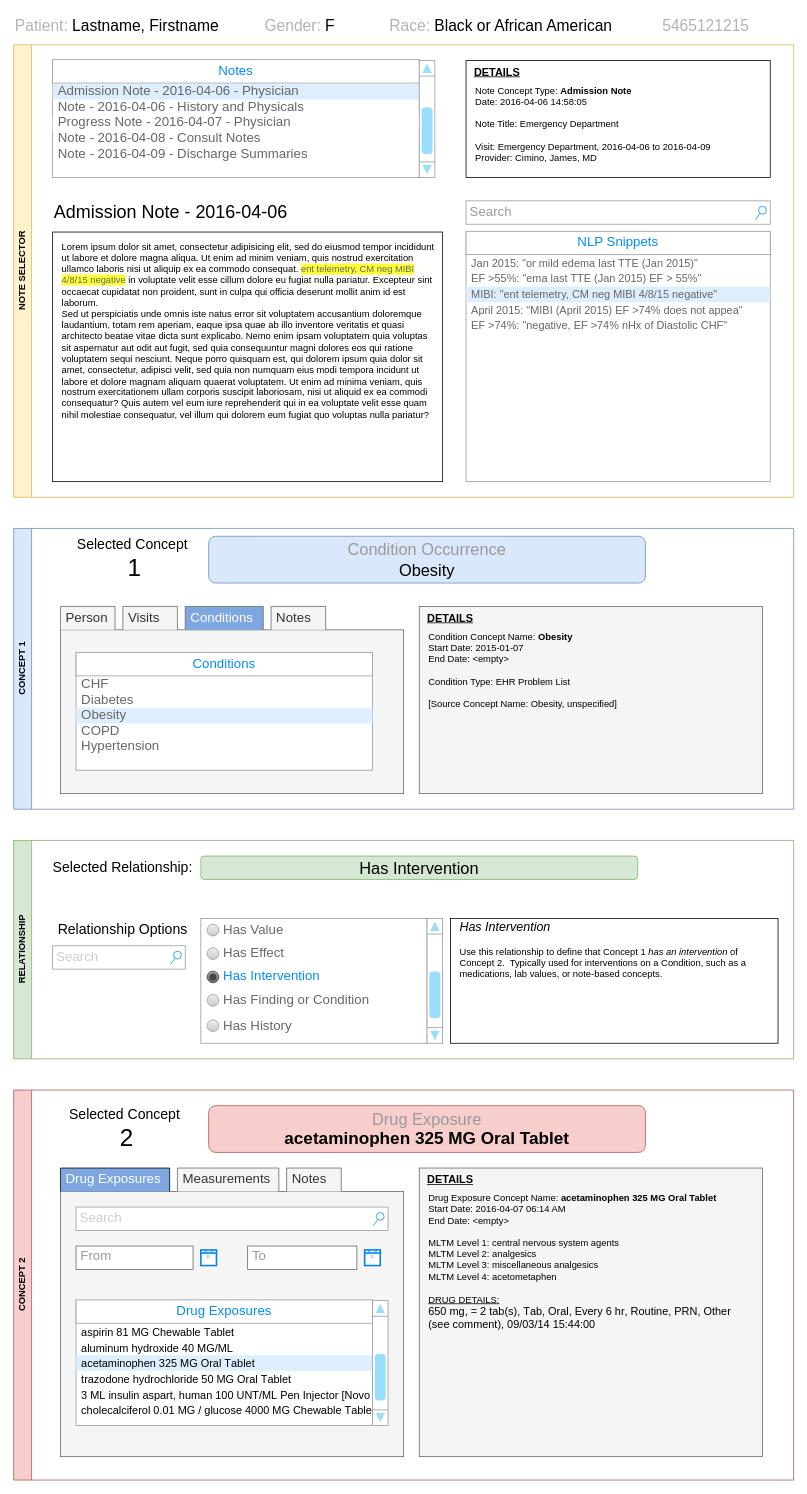
This is PSKB OMOP Edit Mockup.drawio from ntimkovich/UAB-II-Diagrams, a draw.io file, before an edit. Source tidied: cells renumbered, new cells numbered last; positions are measured from the earlier drawing's top-left corner, leaving out a move shared by most shapes. Both pictures are drawn from the tidied source at 78%, with x=0, y=0 at pixel (13, 13).
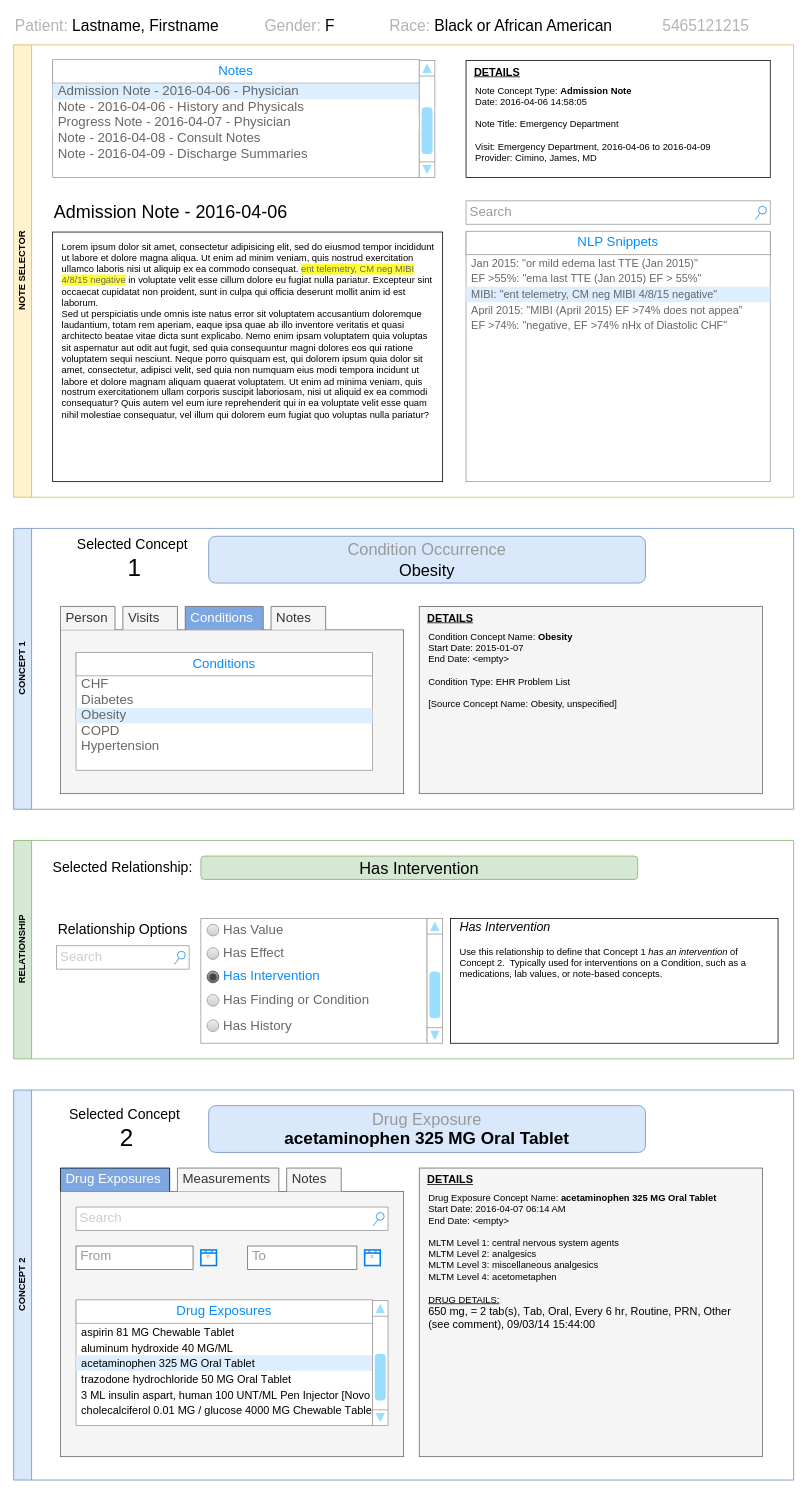
The same diagram, later.

Unchanged cells that the change refers to:
```xml
<mxCell id="22" value="RELATIONSHIP" style="swimlane;horizontal=0;whiteSpace=wrap;html=1;fillColor=#d5e8d4;strokeColor=#82b366;" parent="1" vertex="1">
  <mxGeometry y="1060" width="1000" height="280" as="geometry" />
</mxCell>
```

Diff of the diagram source:
```diff
@@
     <mxCell id="26" value="Search" style="strokeWidth=1;shadow=0;dashed=0;align=center;html=1;shape=mxgraph.mockup.forms.searchBox;strokeColor=#999999;mainText=;strokeColor2=#008cff;fontColor=#CCCCCC;fontSize=17;align=left;spacingLeft=3;whiteSpace=wrap;" parent="22" vertex="1">
-      <mxGeometry x="50" y="135" width="170" height="30" as="geometry" />
+      <mxGeometry x="55" y="135" width="170" height="30" as="geometry" />
     </mxCell>
@@
-    <mxCell id="37" value="CONCEPT 2" style="swimlane;horizontal=0;whiteSpace=wrap;html=1;fillColor=#f8cecc;strokeColor=#b85450;" parent="1" vertex="1">
+    <mxCell id="37" value="CONCEPT 2" style="swimlane;horizontal=0;whiteSpace=wrap;html=1;fillColor=#dae8fc;strokeColor=#6c8ebf;" parent="1" vertex="1">
       <mxGeometry y="1380" width="1000" height="500" as="geometry" />
     </mxCell>
@@
-    <mxCell id="53" value="&lt;font color=&quot;#999999&quot;&gt;Drug Exposure&lt;/font&gt;&lt;div style=&quot;&quot;&gt;&lt;b style=&quot;text-align: left; -webkit-text-stroke-color: rgb(199, 200, 201);&quot;&gt;&lt;font style=&quot;font-size: 22px;&quot;&gt;acetaminophen 325 MG Oral Tablet&lt;/font&gt;&lt;/b&gt;&lt;br&gt;&lt;/div&gt;" style="text;html=1;align=center;verticalAlign=middle;whiteSpace=wrap;rounded=1;fontSize=21;fillColor=#f8cecc;strokeColor=#b85450;" parent="37" vertex="1">
+    <mxCell id="53" value="&lt;font color=&quot;#999999&quot;&gt;Drug Exposure&lt;/font&gt;&lt;div style=&quot;&quot;&gt;&lt;b style=&quot;text-align: left; -webkit-text-stroke-color: rgb(199, 200, 201);&quot;&gt;&lt;font style=&quot;font-size: 22px;&quot;&gt;acetaminophen 325 MG Oral Tablet&lt;/font&gt;&lt;/b&gt;&lt;br&gt;&lt;/div&gt;" style="text;html=1;align=center;verticalAlign=middle;whiteSpace=wrap;rounded=1;fontSize=21;fillColor=#dae8fc;strokeColor=#6c8ebf;" parent="37" vertex="1">
       <mxGeometry x="250" y="20" width="560" height="60" as="geometry" />
     </mxCell>
```
